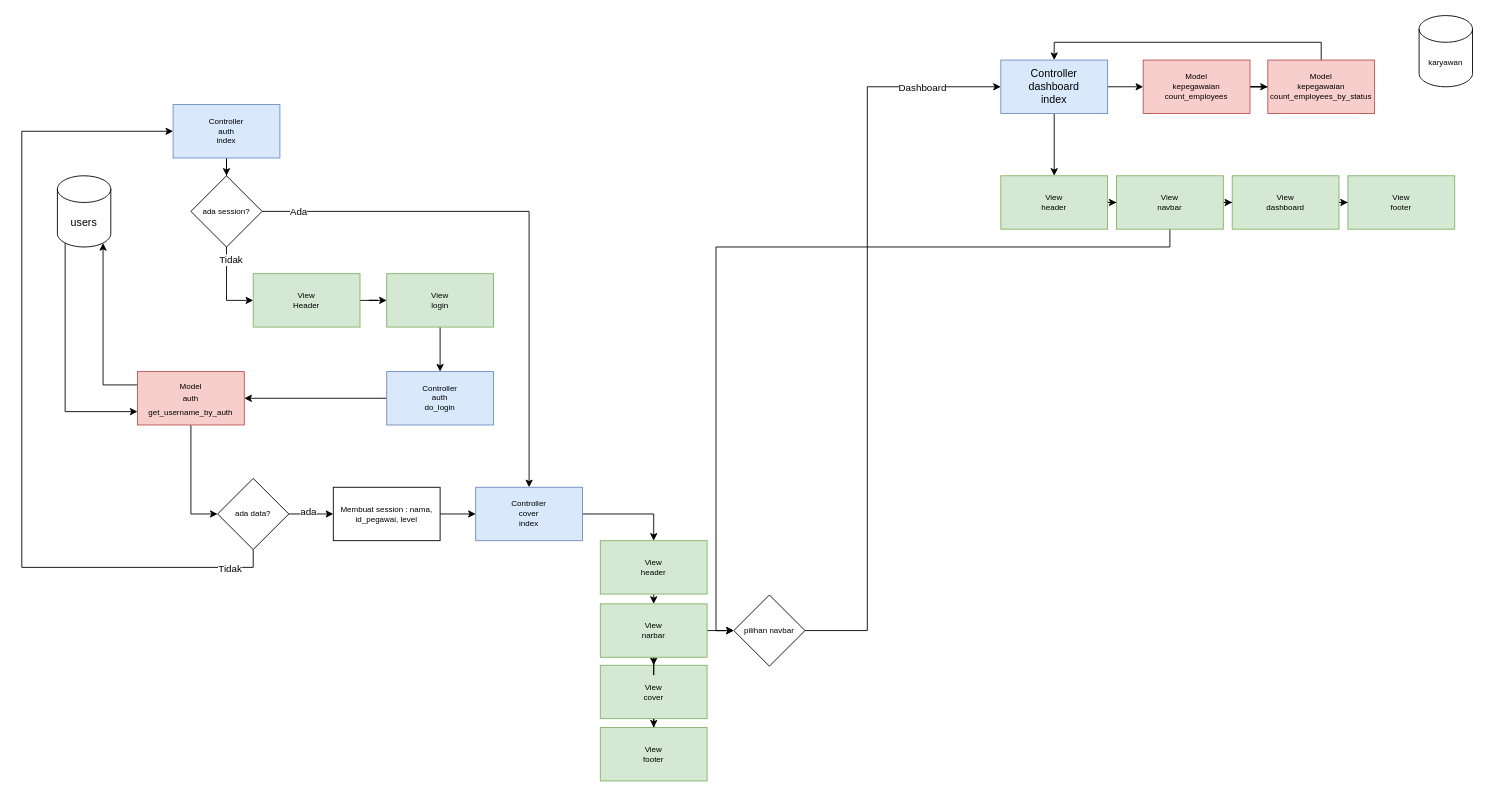
The draw.io diagram kepegawaian.drawio in Rabbitz124/Kepegawaian, before the edit. Source tidied: cells renumbered, new cells numbered last; positions are measured from the earlier drawing's top-left corner, leaving out a move shared by most shapes. Both pictures are drawn from the tidied source at 89%, with x=0, y=0 at pixel (21, 15).
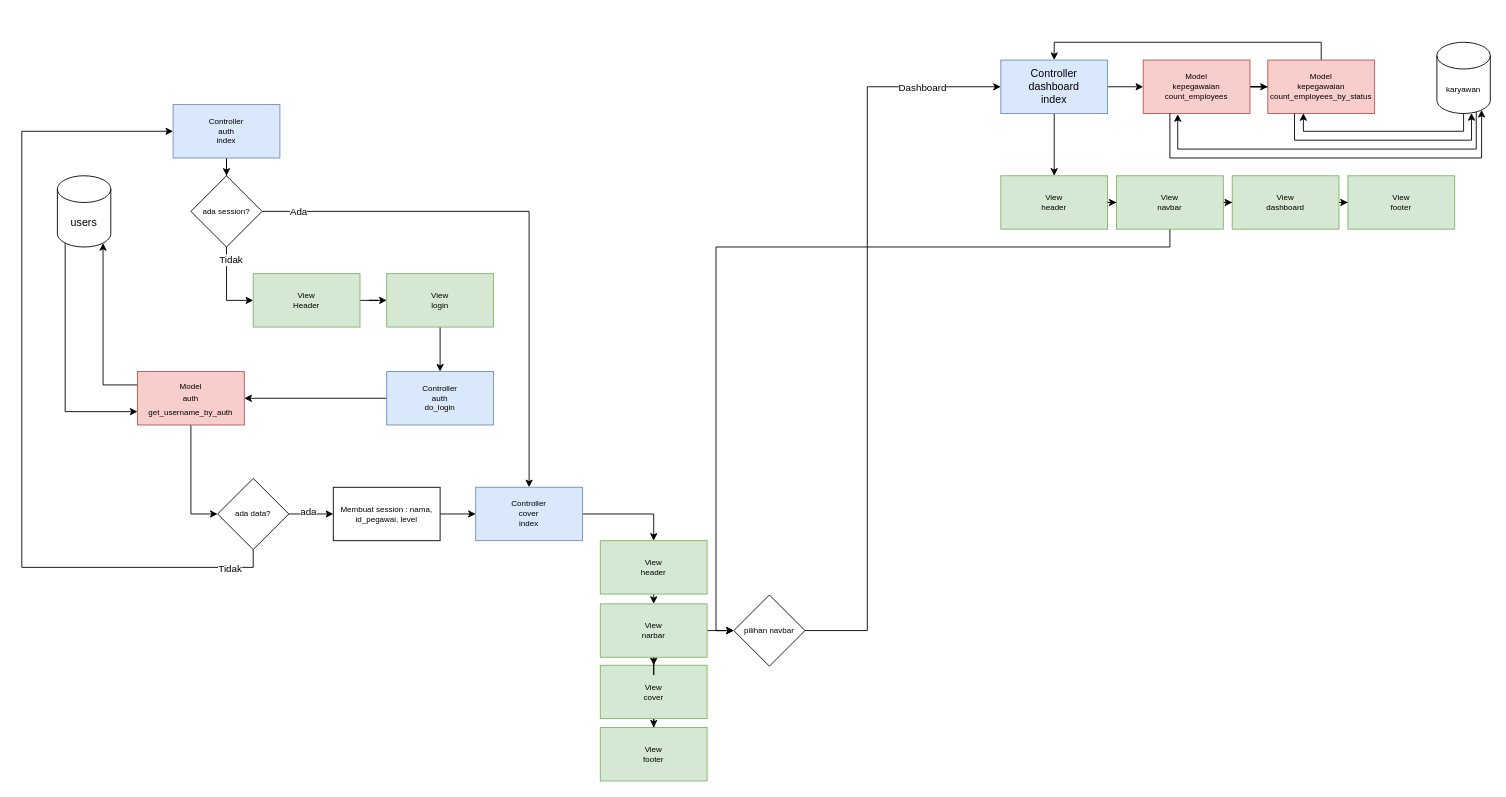
After the change.

The change refers to these unchanged cells:
```xml
<mxCell id="44" value="Model&lt;br&gt;kepegawaian&lt;br&gt;count_employees" style="rounded=0;whiteSpace=wrap;html=1;fillColor=#f8cecc;strokeColor=#b85450;fontSize=9;" parent="1" vertex="1">
  <mxGeometry x="1260" y="50" width="120" height="60" as="geometry" />
</mxCell>
<mxCell id="46" value="Model&lt;br&gt;kepegawaian&lt;br&gt;count_employees_by_status" style="rounded=0;whiteSpace=wrap;html=1;fillColor=#f8cecc;strokeColor=#b85450;fontSize=9;" parent="1" vertex="1">
  <mxGeometry x="1400" y="50" width="120" height="60" as="geometry" />
</mxCell>
```

Change to the diagram source:
```diff
@@
     <mxCell id="55" value="karyawan" style="shape=cylinder3;whiteSpace=wrap;html=1;boundedLbl=1;backgroundOutline=1;size=15;fontSize=9;" parent="1" vertex="1">
-      <mxGeometry x="1570" width="60" height="80" as="geometry" />
+      <mxGeometry x="1590" y="30" width="60" height="80" as="geometry" />
     </mxCell>
+    <mxCell id="56" style="edgeStyle=orthogonalEdgeStyle;rounded=0;jettySize=auto;html=1;exitX=0.25;exitY=1;exitDx=0;exitDy=0;entryX=0.837;entryY=0.95;entryDx=0;entryDy=0;entryPerimeter=0;" parent="1" edge="1" source="44" target="55">
+      <mxGeometry relative="1" as="geometry">
+        <Array as="points">
+          <mxPoint x="1290" y="160" />
+          <mxPoint x="1640" y="160" />
+          <mxPoint x="1640" y="106" />
+        </Array>
+      </mxGeometry>
+    </mxCell>
+    <mxCell id="57" style="edgeStyle=orthogonalEdgeStyle;rounded=0;jettySize=auto;html=1;entryX=0.323;entryY=1.013;entryDx=0;entryDy=0;entryPerimeter=0;exitX=0.737;exitY=0.98;exitDx=0;exitDy=0;exitPerimeter=0;" parent="1" edge="1" source="55" target="44">
+      <mxGeometry relative="1" as="geometry">
+        <Array as="points">
+          <mxPoint x="1634" y="150" />
+          <mxPoint x="1299" y="150" />
+        </Array>
+      </mxGeometry>
+    </mxCell>
+    <mxCell id="58" style="edgeStyle=orthogonalEdgeStyle;rounded=0;jettySize=auto;html=1;exitX=0.25;exitY=1;exitDx=0;exitDy=0;entryX=0.649;entryY=0.995;entryDx=0;entryDy=0;entryPerimeter=0;" parent="1" edge="1" source="46" target="55">
+      <mxGeometry relative="1" as="geometry">
+        <Array as="points">
+          <mxPoint x="1430" y="140" />
+          <mxPoint x="1629" y="140" />
+        </Array>
+      </mxGeometry>
+    </mxCell>
+    <mxCell id="59" style="edgeStyle=orthogonalEdgeStyle;rounded=0;jettySize=auto;html=1;exitX=0.5;exitY=1;exitDx=0;exitDy=0;exitPerimeter=0;entryX=0.333;entryY=0.994;entryDx=0;entryDy=0;entryPerimeter=0;" parent="1" edge="1" source="55" target="46">
+      <mxGeometry relative="1" as="geometry" />
+    </mxCell>
```
